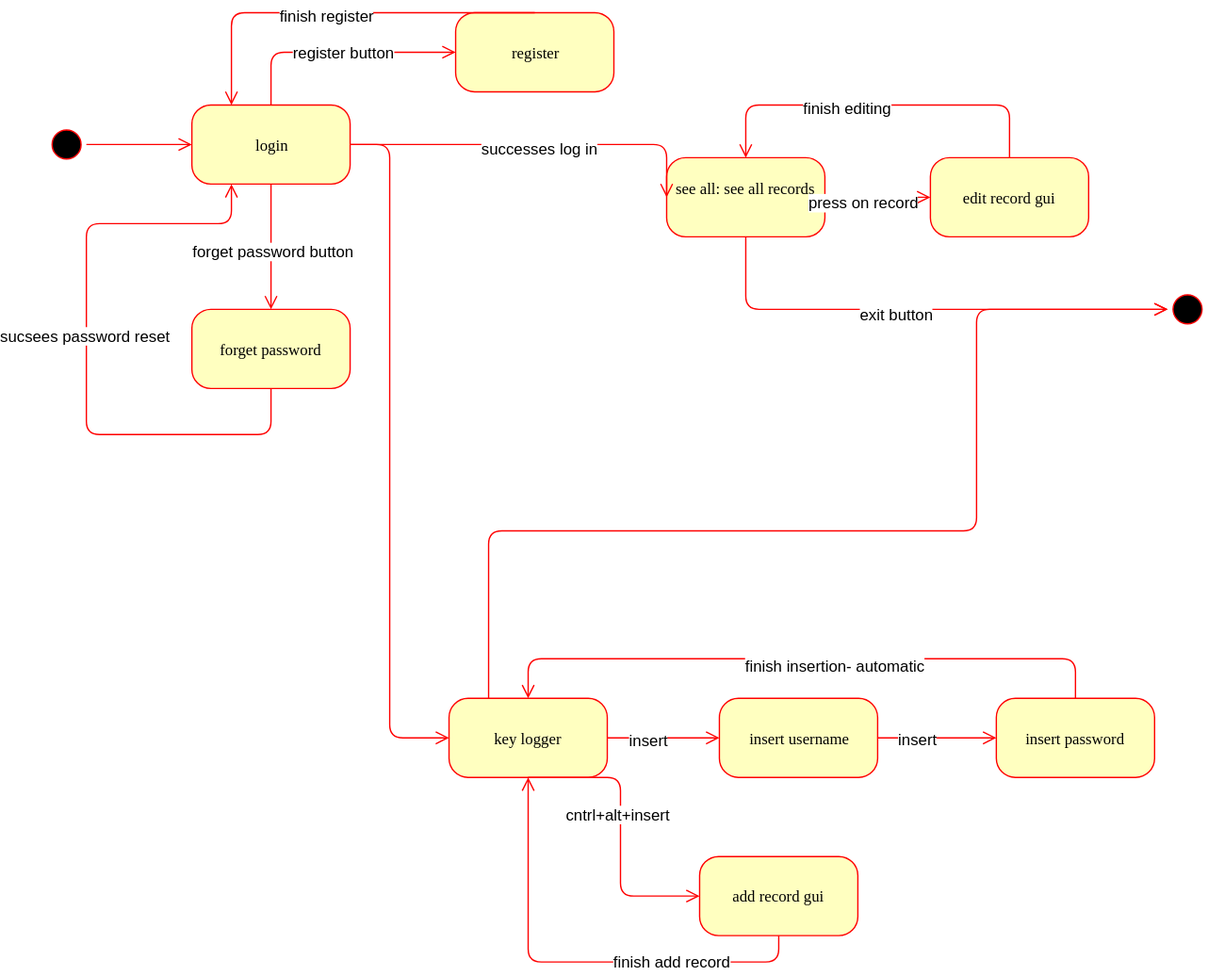
This is Documents/client state machine.svg from adibl/password_saver, a draw.io export, as it was before one commit. Source tidied: cells renumbered, new cells last; positions are measured from the earlier drawing's top-left corner, leaving out a move shared by most shapes.
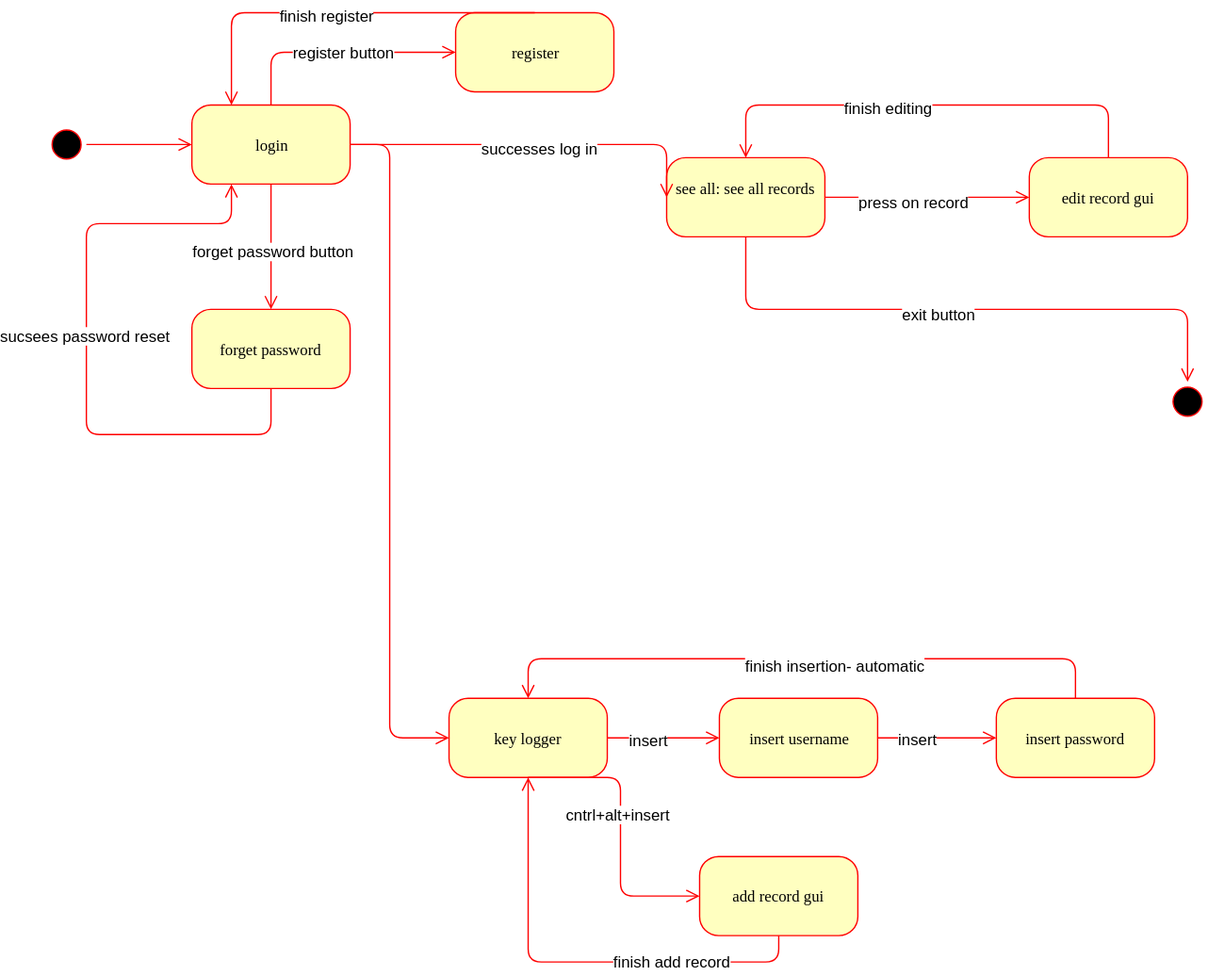
Later version of the same file.

Commit message:
client scema exut fix

The edit, as a diff of the source:
```diff
@@ -18,7 +18,7 @@
       <mxGeometry x="470" y="110" width="120" height="60" as="geometry" />
     </mxCell>
     <mxCell id="7" value="edit record gui" style="rounded=1;whiteSpace=wrap;html=1;arcSize=24;fillColor=#ffffc0;strokeColor=#ff0000;shadow=0;comic=0;labelBackgroundColor=none;fontFamily=Verdana;fontSize=12;fontColor=#000000;align=center;" parent="1" vertex="1">
-      <mxGeometry x="670" y="110" width="120" height="60" as="geometry" />
+      <mxGeometry x="745" y="110" width="120" height="60" as="geometry" />
     </mxCell>
     <mxCell id="8" style="edgeStyle=orthogonalEdgeStyle;html=1;labelBackgroundColor=none;endArrow=open;endSize=8;strokeColor=#ff0000;fontFamily=Verdana;fontSize=12;align=left;" parent="1" edge="1" source="2" target="3">
       <mxGeometry relative="1" as="geometry" />
@@ -120,10 +120,11 @@
     <mxCell id="29" value="finish add record" style="text;html=1;align=center;verticalAlign=middle;labelBackgroundColor=#ffffff;" parent="28" vertex="1">
       <mxGeometry x="-0.42" y="-1" relative="1" as="geometry" />
     </mxCell>
-    <mxCell id="30" style="edgeStyle=orthogonalEdgeStyle;html=1;labelBackgroundColor=none;endArrow=open;endSize=8;strokeColor=#ff0000;fontFamily=Verdana;fontSize=12;align=left;exitX=0.5;exitY=1;exitDx=0;exitDy=0;entryX=0.5;entryY=1;entryDx=0;entryDy=0;" parent="1" edge="1" source="6" target="32">
+    <mxCell id="30" style="edgeStyle=orthogonalEdgeStyle;html=1;labelBackgroundColor=none;endArrow=open;endSize=8;strokeColor=#ff0000;fontFamily=Verdana;fontSize=12;align=left;exitX=0.5;exitY=1;exitDx=0;exitDy=0;" parent="1" edge="1" source="6" target="32">
       <mxGeometry relative="1" as="geometry">
         <Array as="points">
           <mxPoint x="530" y="225" />
+          <mxPoint x="865" y="225" />
         </Array>
       </mxGeometry>
     </mxCell>
@@ -131,16 +132,8 @@
       <mxGeometry x="-0.1" y="-3" relative="1" as="geometry" />
     </mxCell>
     <mxCell id="32" value="v" style="ellipse;html=1;shape=startState;fillColor=#000000;strokeColor=#ff0000;rounded=1;shadow=0;comic=0;labelBackgroundColor=none;fontFamily=Verdana;fontSize=12;fontColor=#000000;align=center;direction=south;" parent="1" vertex="1">
-      <mxGeometry x="850" y="210" width="30" height="30" as="geometry" />
+      <mxGeometry x="850" y="280" width="30" height="30" as="geometry" />
     </mxCell>
-    <mxCell id="33" style="edgeStyle=orthogonalEdgeStyle;html=1;labelBackgroundColor=none;endArrow=open;endSize=8;strokeColor=#ff0000;fontFamily=Verdana;fontSize=12;align=left;exitX=0.25;exitY=0;exitDx=0;exitDy=0;" parent="1" edge="1" source="18" target="32">
-      <mxGeometry relative="1" as="geometry">
-        <Array as="points">
-          <mxPoint x="335" y="393" />
-          <mxPoint x="705" y="393" />
-        </Array>
-      </mxGeometry>
-    </mxCell>
     <mxCell id="34" style="edgeStyle=orthogonalEdgeStyle;html=1;labelBackgroundColor=none;endArrow=open;endSize=8;strokeColor=#ff0000;fontFamily=Verdana;fontSize=12;align=left;exitX=0.5;exitY=0;exitDx=0;exitDy=0;entryX=0;entryY=0.5;entryDx=0;entryDy=0;" parent="1" edge="1" source="3" target="5">
       <mxGeometry relative="1" as="geometry">
         <Array as="points">
```
